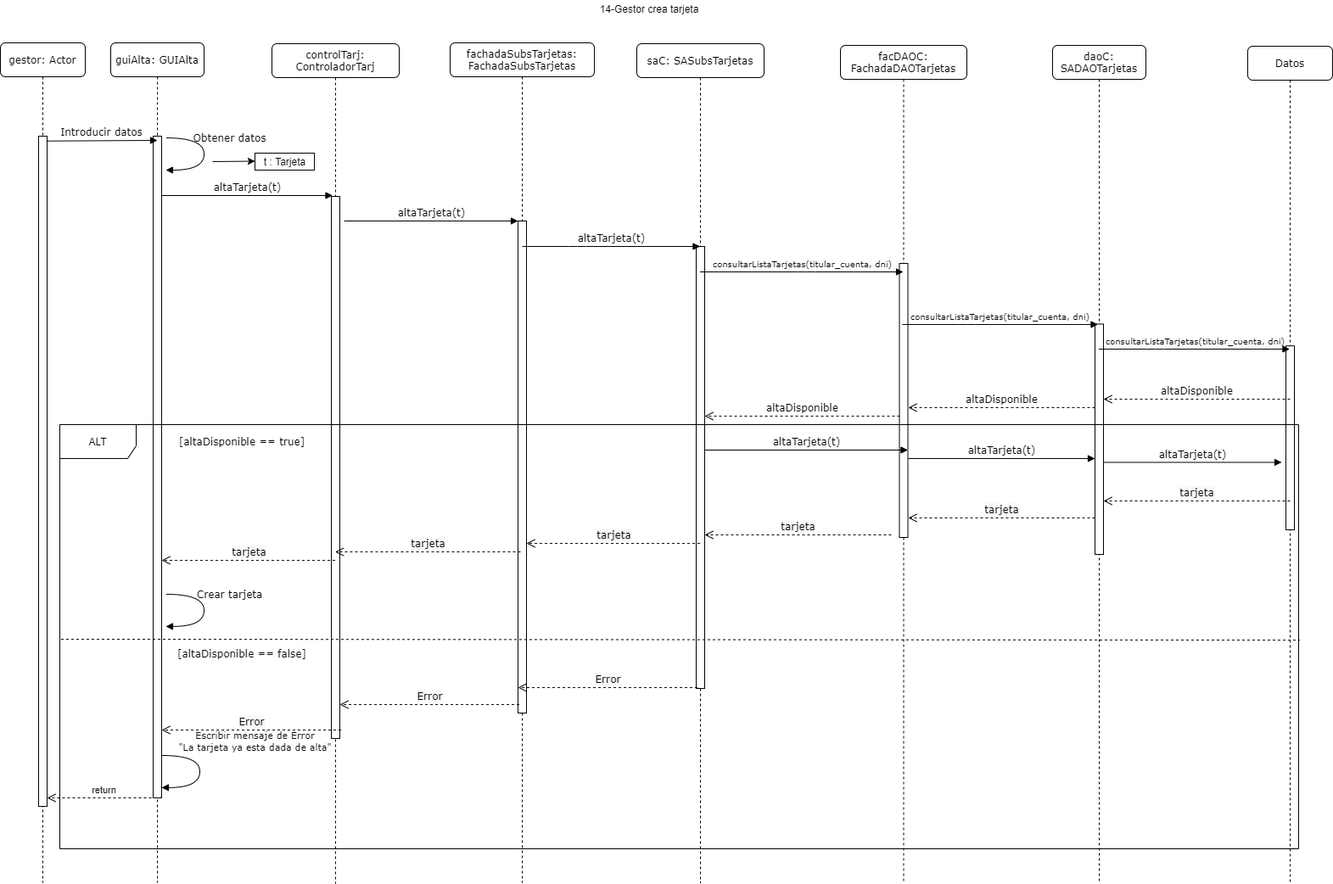
The draw.io diagram docs/diagramas_gui_y_secuencias/images/14-Gestor_crea_tarjeta.png in ALK222/BanqueoIS2, before a commit. Source tidied: cells renumbered, new cells last; positions are measured from the earlier drawing's top-left corner, leaving out a move shared by most shapes.
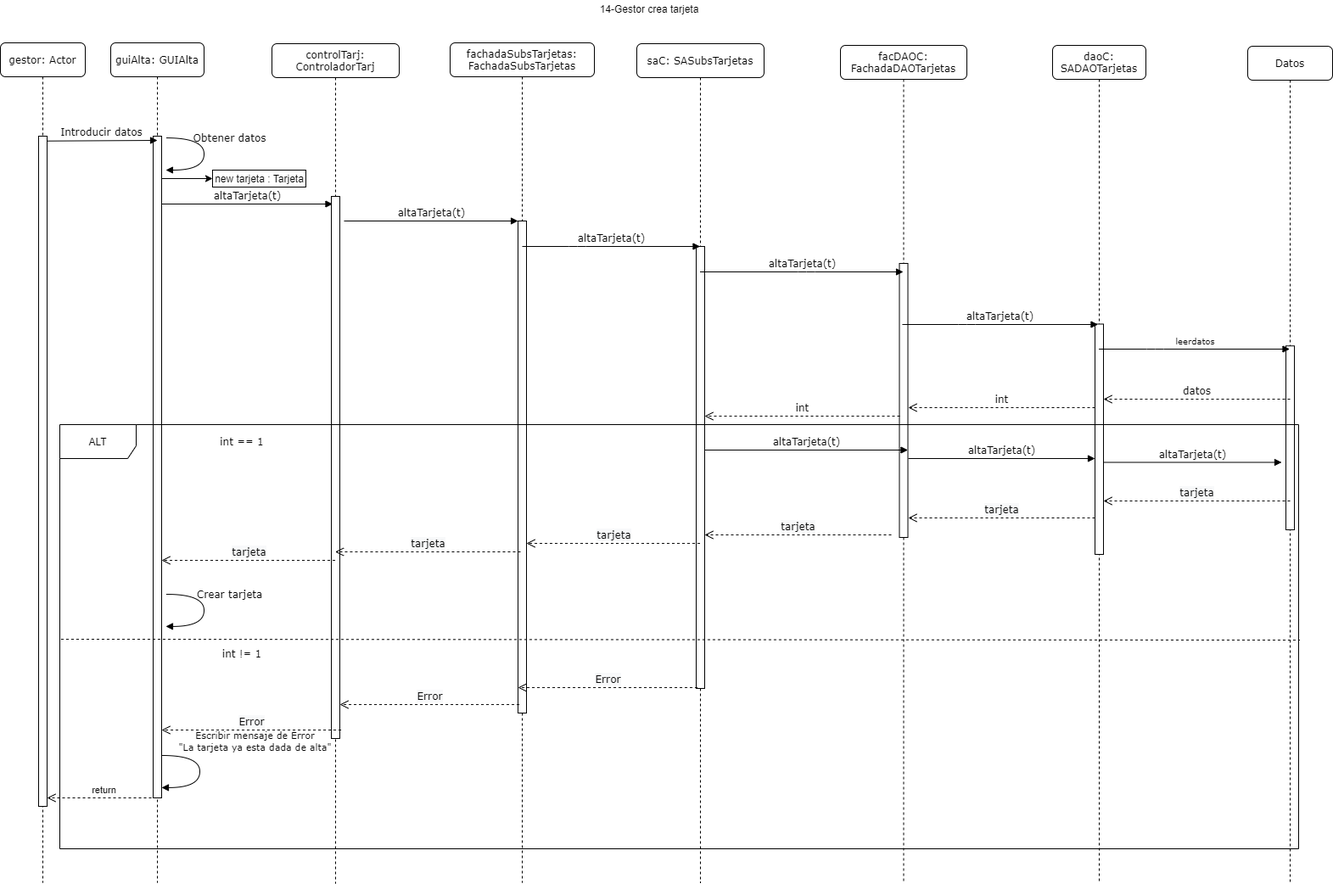
Later version of the same file.

The edit, as a diff of the source:
```diff
@@ -70,8 +70,8 @@
     </mxCell>
     <mxCell id="19" value="altaTarjeta(t)" style="html=1;verticalAlign=bottom;endArrow=block;labelBackgroundColor=none;fontFamily=Verdana;fontSize=12;edgeStyle=elbowEdgeStyle;elbow=vertical;entryX=0.148;entryY=0.194;entryDx=0;entryDy=0;entryPerimeter=0;" parent="1" edge="1">
       <mxGeometry relative="1" as="geometry">
-        <mxPoint x="190" y="230" as="sourcePoint" />
-        <mxPoint x="391.5" y="230.2" as="targetPoint" />
+        <mxPoint x="190" y="240" as="sourcePoint" />
+        <mxPoint x="391.5" y="240.2" as="targetPoint" />
       </mxGeometry>
     </mxCell>
     <mxCell id="20" value="Datos" style="shape=umlLifeline;perimeter=lifelinePerimeter;whiteSpace=wrap;html=1;outlineConnect=0;rounded=1;shadow=0;comic=0;labelBackgroundColor=none;strokeWidth=1;fontFamily=Verdana;fontSize=12;align=center;" parent="1" vertex="1">
@@ -93,7 +93,7 @@
         </Array>
       </mxGeometry>
     </mxCell>
-    <mxCell id="24" value="&lt;font style=&quot;font-size: 10px&quot;&gt;consultarListaTarjetas(titular_cuenta, dni)&lt;/font&gt;" style="html=1;verticalAlign=bottom;endArrow=block;labelBackgroundColor=none;fontFamily=Verdana;fontSize=12;edgeStyle=elbowEdgeStyle;elbow=vertical;" parent="1" edge="1" source="8" target="10">
+    <mxCell id="24" value="altaTarjeta(t)" style="html=1;verticalAlign=bottom;endArrow=block;labelBackgroundColor=none;fontFamily=Verdana;fontSize=12;edgeStyle=elbowEdgeStyle;elbow=vertical;" parent="1" edge="1" source="8" target="10">
       <mxGeometry relative="1" as="geometry">
         <Array as="points">
           <mxPoint x="950" y="320" />
@@ -110,7 +110,7 @@
         </Array>
       </mxGeometry>
     </mxCell>
-    <mxCell id="25" value="&lt;span style=&quot;font-size: 10px&quot;&gt;consultarListaTarjetas(titular_cuenta, dni)&lt;/span&gt;" style="html=1;verticalAlign=bottom;endArrow=block;labelBackgroundColor=none;fontFamily=Verdana;fontSize=12;edgeStyle=elbowEdgeStyle;elbow=vertical;" parent="1" edge="1">
+    <mxCell id="25" value="altaTarjeta(t)" style="html=1;verticalAlign=bottom;endArrow=block;labelBackgroundColor=none;fontFamily=Verdana;fontSize=12;edgeStyle=elbowEdgeStyle;elbow=vertical;" parent="1" edge="1">
       <mxGeometry relative="1" as="geometry">
         <mxPoint x="1062.9" y="382" as="sourcePoint" />
         <mxPoint x="1293.5" y="382" as="targetPoint" />
@@ -125,7 +125,7 @@
         </Array>
       </mxGeometry>
     </mxCell>
-    <mxCell id="26" value="&lt;span style=&quot;font-size: 10px&quot;&gt;consultarListaTarjetas(titular_cuenta, dni)&lt;/span&gt;" style="html=1;verticalAlign=bottom;endArrow=block;labelBackgroundColor=none;fontFamily=Verdana;fontSize=12;edgeStyle=elbowEdgeStyle;elbow=vertical;" parent="1" edge="1" source="12" target="20">
+    <mxCell id="26" value="&lt;span style=&quot;font-size: 10px&quot;&gt;leerdatos&lt;/span&gt;" style="html=1;verticalAlign=bottom;endArrow=block;labelBackgroundColor=none;fontFamily=Verdana;fontSize=12;edgeStyle=elbowEdgeStyle;elbow=vertical;" parent="1" edge="1" source="12" target="20">
       <mxGeometry relative="1" as="geometry">
         <Array as="points">
           <mxPoint x="1361" y="411" />
@@ -135,19 +135,19 @@
         </Array>
       </mxGeometry>
     </mxCell>
-    <mxCell id="27" value="altaDisponible" style="html=1;verticalAlign=bottom;endArrow=open;dashed=1;endSize=8;labelBackgroundColor=none;fontFamily=Verdana;fontSize=12;" parent="1" edge="1">
+    <mxCell id="27" value="datos" style="html=1;verticalAlign=bottom;endArrow=open;dashed=1;endSize=8;labelBackgroundColor=none;fontFamily=Verdana;fontSize=12;" parent="1" edge="1">
       <mxGeometry relative="1" as="geometry">
         <mxPoint x="1520" y="470" as="sourcePoint" />
         <mxPoint x="1300" y="470" as="targetPoint" />
       </mxGeometry>
     </mxCell>
-    <mxCell id="28" value="altaDisponible" style="html=1;verticalAlign=bottom;endArrow=open;dashed=1;endSize=8;labelBackgroundColor=none;fontFamily=Verdana;fontSize=12;" parent="1" edge="1">
+    <mxCell id="28" value="int" style="html=1;verticalAlign=bottom;endArrow=open;dashed=1;endSize=8;labelBackgroundColor=none;fontFamily=Verdana;fontSize=12;" parent="1" edge="1">
       <mxGeometry relative="1" as="geometry">
         <mxPoint x="1290" y="480" as="sourcePoint" />
         <mxPoint x="1070" y="480" as="targetPoint" />
       </mxGeometry>
     </mxCell>
-    <mxCell id="29" value="altaDisponible" style="html=1;verticalAlign=bottom;endArrow=open;dashed=1;endSize=8;labelBackgroundColor=none;fontFamily=Verdana;fontSize=12;" parent="1" edge="1">
+    <mxCell id="29" value="int" style="html=1;verticalAlign=bottom;endArrow=open;dashed=1;endSize=8;labelBackgroundColor=none;fontFamily=Verdana;fontSize=12;" parent="1" edge="1">
       <mxGeometry relative="1" as="geometry">
         <mxPoint x="1060" y="490" as="sourcePoint" />
         <mxPoint x="830" y="490" as="targetPoint" />
@@ -166,7 +166,7 @@
         </Array>
       </mxGeometry>
     </mxCell>
-    <mxCell id="32" value="&lt;span style=&quot;font-family: &amp;#34;verdana&amp;#34;&quot;&gt;[altaDisponible == true]&lt;/span&gt;" style="text;html=1;strokeColor=none;fillColor=none;align=center;verticalAlign=middle;whiteSpace=wrap;rounded=0;" parent="1" vertex="1">
+    <mxCell id="32" value="&lt;span style=&quot;font-family: &amp;#34;verdana&amp;#34;&quot;&gt;int == 1&lt;/span&gt;" style="text;html=1;strokeColor=none;fillColor=none;align=center;verticalAlign=middle;whiteSpace=wrap;rounded=0;" parent="1" vertex="1">
       <mxGeometry x="190" y="510" width="190" height="20" as="geometry" />
     </mxCell>
     <mxCell id="33" value="&lt;span style=&quot;font-family: &amp;#34;verdana&amp;#34; ; font-size: 12px ; background-color: rgb(248 , 249 , 250)&quot;&gt;tarjeta&lt;/span&gt;" style="html=1;verticalAlign=bottom;endArrow=open;dashed=1;endSize=8;entryX=0.488;entryY=0.475;entryDx=0;entryDy=0;entryPerimeter=0;" parent="1" edge="1" source="4">
@@ -205,7 +205,7 @@
         </Array>
       </mxGeometry>
     </mxCell>
-    <mxCell id="39" value="&lt;span style=&quot;font-family: &amp;#34;verdana&amp;#34;&quot;&gt;[altaDisponible == false]&lt;/span&gt;" style="text;html=1;strokeColor=none;fillColor=none;align=center;verticalAlign=middle;whiteSpace=wrap;rounded=0;" parent="1" vertex="1">
+    <mxCell id="39" value="&lt;span style=&quot;font-family: &amp;#34;verdana&amp;#34;&quot;&gt;int != 1&lt;/span&gt;" style="text;html=1;strokeColor=none;fillColor=none;align=center;verticalAlign=middle;whiteSpace=wrap;rounded=0;" parent="1" vertex="1">
       <mxGeometry x="190" y="760" width="190" height="20" as="geometry" />
     </mxCell>
     <mxCell id="40" value="return" style="html=1;verticalAlign=bottom;endArrow=open;dashed=1;endSize=8;" parent="1" edge="1" target="15">
@@ -303,13 +303,12 @@
         <mxPoint x="1300" y="590" as="targetPoint" />
       </mxGeometry>
     </mxCell>
-    <mxCell id="49" value="t : Tarjeta" style="html=1;" parent="1" vertex="1">
-      <mxGeometry x="300" y="180" width="70" height="20" as="geometry" />
+    <mxCell id="49" value="new tarjeta : Tarjeta" style="html=1;" parent="1" vertex="1">
+      <mxGeometry x="250" y="200" width="110" height="20" as="geometry" />
     </mxCell>
-    <mxCell id="50" style="endArrow=classic;html=1;" parent="1" edge="1">
+    <mxCell id="50" style="endArrow=classic;html=1;entryX=0;entryY=0.5;entryDx=0;entryDy=0;" parent="1" edge="1" target="49">
       <mxGeometry relative="1" as="geometry">
-        <mxPoint x="250" y="190" as="sourcePoint" />
-        <mxPoint x="300" y="189.5" as="targetPoint" />
+        <mxPoint x="190" y="210" as="sourcePoint" />
       </mxGeometry>
     </mxCell>
   </root>
```
